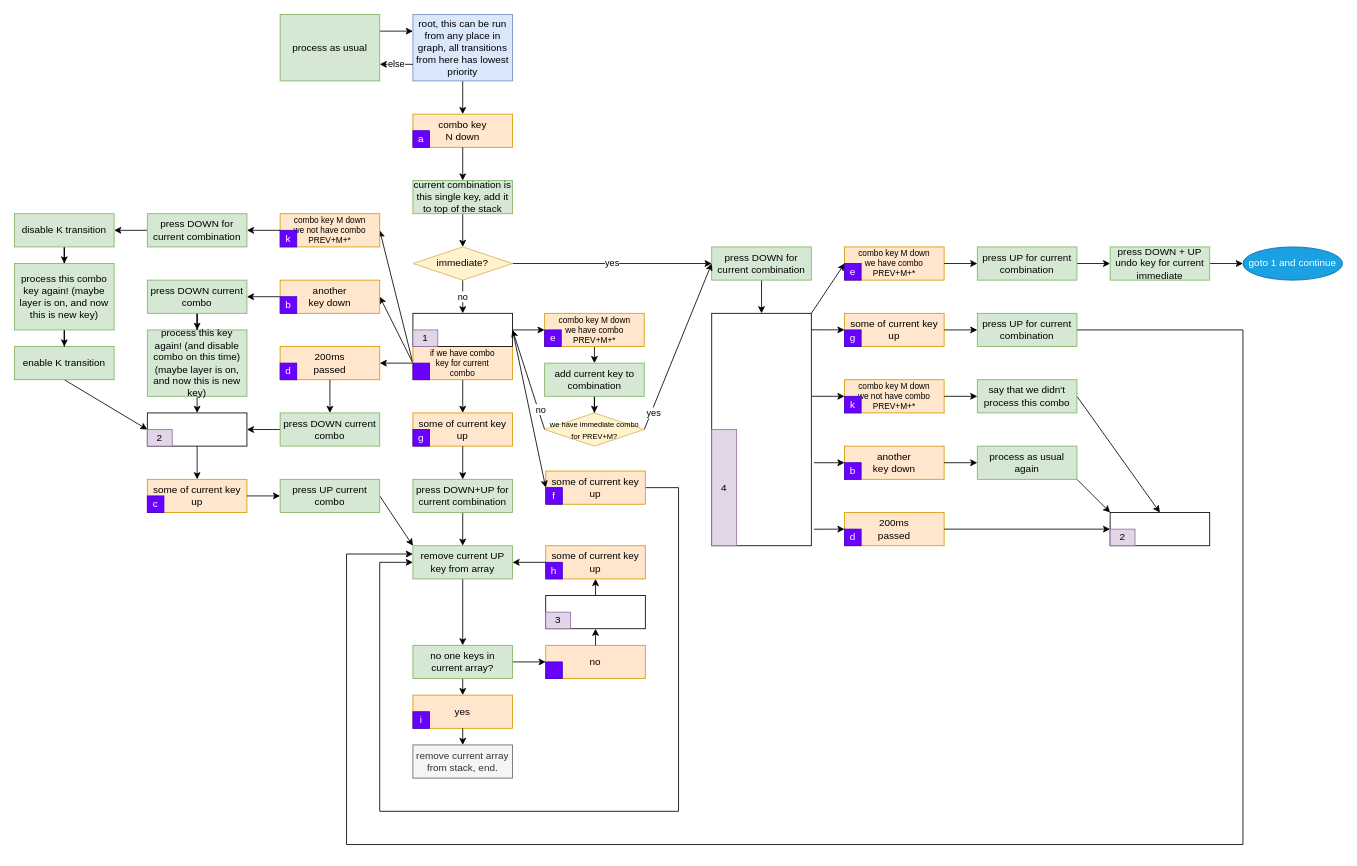
klavarog/combo keeps this draw.io diagram as dka.drawio. Above is the earlier version. Source tidied: cells renumbered, new cells numbered last; positions are measured from the earlier drawing's top-left corner, leaving out a move shared by most shapes. Both pictures are drawn from the tidied source at 83%, with x=0, y=0 at pixel (14, 14).
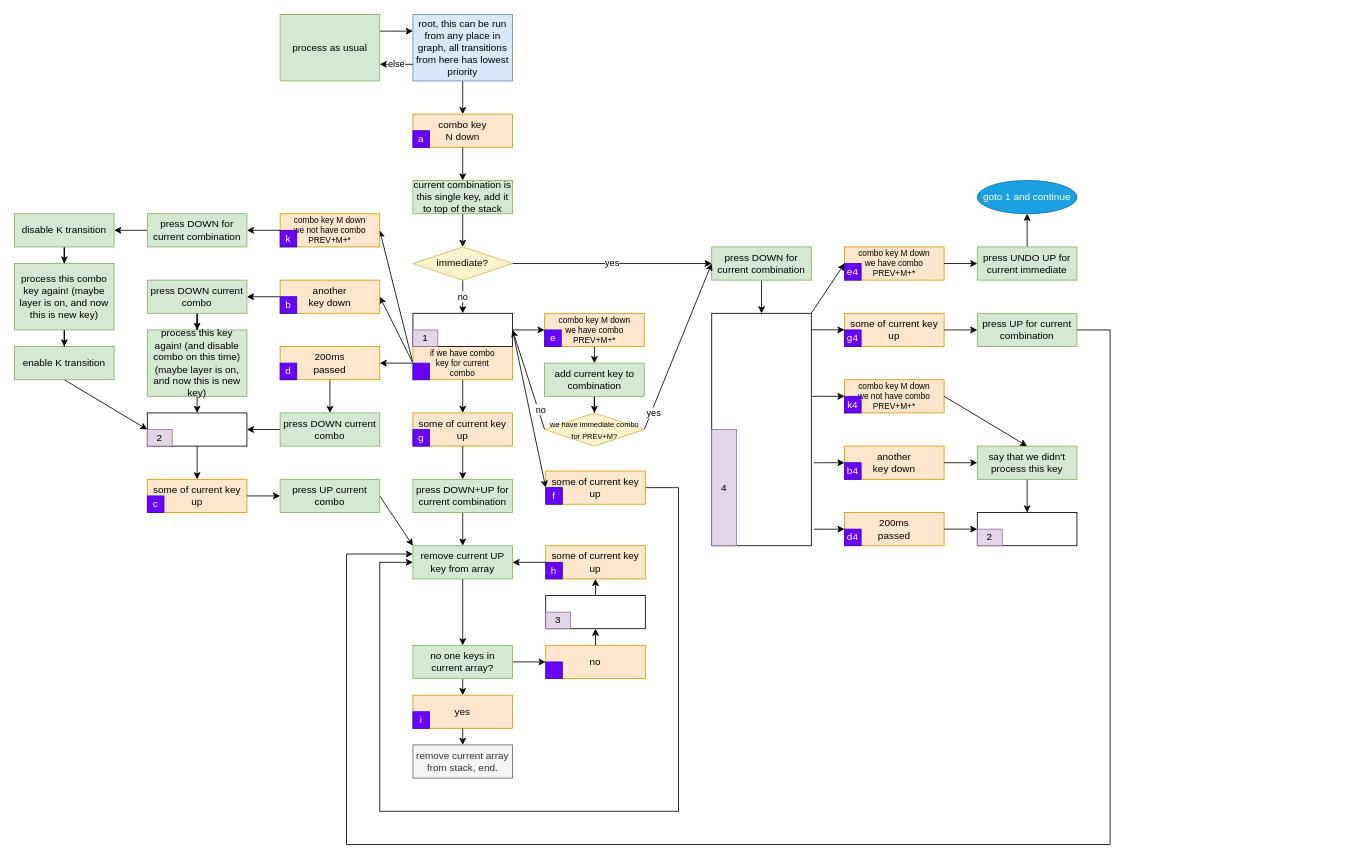
The same diagram, later.

Commit message (it also covers changes not shown here):
add immediate chord

Unchanged cells that the change refers to:
```xml
<mxCell id="8" value="remove current UP key from array" style="rounded=0;whiteSpace=wrap;html=1;fillColor=#d5e8d4;strokeColor=#82b366;" parent="1" vertex="1">
  <mxGeometry x="480" y="640" width="120" height="40" as="geometry" />
</mxCell>
<mxCell id="106" style="group;" parent="1" vertex="1">
  <mxGeometry x="1000" y="600" width="120" height="40" as="geometry" />
</mxCell>
<mxCell id="109" style="group;" parent="1" vertex="1">
  <mxGeometry x="1000" y="520" width="120" height="40" as="geometry" />
</mxCell>
<mxCell id="110" value="&lt;div&gt;another &lt;br&gt;&lt;/div&gt;&lt;div&gt;key down&lt;/div&gt;" style="rounded=0;whiteSpace=wrap;html=1;fillColor=#ffe6cc;strokeColor=#d79b00;" parent="109" vertex="1">
  <mxGeometry width="120" height="40" as="geometry" />
</mxCell>
<mxCell id="112" style="group;" parent="1" vertex="1">
  <mxGeometry x="1000" y="440" width="120" height="40" as="geometry" />
</mxCell>
<mxCell id="113" value="&lt;div style=&quot;font-size: 10px&quot;&gt;&lt;font style=&quot;font-size: 10px&quot;&gt;combo key M down&lt;/font&gt;&lt;div&gt;&lt;font style=&quot;font-size: 10px&quot;&gt;we not have combo PREV+M&lt;/font&gt;&lt;font style=&quot;font-size: 10px&quot;&gt;+*&lt;/font&gt;&lt;/div&gt;&lt;/div&gt;" style="rounded=0;whiteSpace=wrap;html=1;fillColor=#ffe6cc;strokeColor=#d79b00;" parent="112" vertex="1">
  <mxGeometry width="120" height="40" as="geometry" />
</mxCell>
<mxCell id="115" style="group;" parent="1" vertex="1">
  <mxGeometry x="1000" y="280" width="120" height="40" as="geometry" />
</mxCell>
<mxCell id="118" style="group;" parent="1" vertex="1">
  <mxGeometry x="1000" y="360" width="120" height="40" as="geometry" />
</mxCell>
<mxCell id="136" style="rounded=0;whiteSpace=wrap;html=1;" parent="135" vertex="1">
  <mxGeometry width="120" height="40" as="geometry" />
</mxCell>
<mxCell id="143" value="press UP for current combination" style="rounded=0;whiteSpace=wrap;html=1;fillColor=#d5e8d4;strokeColor=#82b366;" parent="1" vertex="1">
  <mxGeometry x="1160" y="360" width="120" height="40" as="geometry" />
</mxCell>
```

The edit, as a diff of the source:
```diff
@@
-    <mxCell id="108" value="d" style="rounded=0;whiteSpace=wrap;html=1;fillColor=#6a00ff;strokeColor=#3700CC;fontColor=#ffffff;" parent="106" vertex="1">
+    <mxCell id="108" value="d4" style="rounded=0;whiteSpace=wrap;html=1;fillColor=#6a00ff;strokeColor=#3700CC;fontColor=#ffffff;" parent="106" vertex="1">
       <mxGeometry y="20" width="20" height="20" as="geometry" />
     </mxCell>
@@
-    <mxCell id="111" value="b" style="rounded=0;whiteSpace=wrap;html=1;fillColor=#6a00ff;strokeColor=#3700CC;fontColor=#ffffff;" parent="109" vertex="1">
+    <mxCell id="111" value="b4" style="rounded=0;whiteSpace=wrap;html=1;fillColor=#6a00ff;strokeColor=#3700CC;fontColor=#ffffff;" parent="109" vertex="1">
       <mxGeometry y="20" width="20" height="20" as="geometry" />
     </mxCell>
@@
-    <mxCell id="114" value="k" style="rounded=0;whiteSpace=wrap;html=1;fillColor=#6a00ff;strokeColor=#3700CC;fontColor=#ffffff;" parent="112" vertex="1">
+    <mxCell id="114" value="k4" style="rounded=0;whiteSpace=wrap;html=1;fillColor=#6a00ff;strokeColor=#3700CC;fontColor=#ffffff;" parent="112" vertex="1">
       <mxGeometry y="20" width="20" height="20" as="geometry" />
     </mxCell>
@@
-    <mxCell id="117" value="e" style="rounded=0;whiteSpace=wrap;html=1;fillColor=#6a00ff;strokeColor=#3700CC;fontColor=#ffffff;" parent="115" vertex="1">
+    <mxCell id="117" value="e4" style="rounded=0;whiteSpace=wrap;html=1;fillColor=#6a00ff;strokeColor=#3700CC;fontColor=#ffffff;" parent="115" vertex="1">
       <mxGeometry y="20" width="20" height="20" as="geometry" />
     </mxCell>
@@
-    <mxCell id="120" value="g" style="rounded=0;whiteSpace=wrap;html=1;fillColor=#6a00ff;strokeColor=#3700CC;fontColor=#ffffff;" parent="118" vertex="1">
+    <mxCell id="120" value="g4" style="rounded=0;whiteSpace=wrap;html=1;fillColor=#6a00ff;strokeColor=#3700CC;fontColor=#ffffff;" parent="118" vertex="1">
       <mxGeometry y="20" width="20" height="20" as="geometry" />
     </mxCell>
@@
     <mxCell id="126" value="goto 1 and continue" style="ellipse;whiteSpace=wrap;html=1;fillColor=#1ba1e2;strokeColor=#006EAF;fontColor=#ffffff;" parent="1" vertex="1">
-      <mxGeometry x="1480" y="280" width="120" height="40" as="geometry" />
+      <mxGeometry x="1160" y="200" width="120" height="40" as="geometry" />
     </mxCell>
-    <mxCell id="127" style="edgeStyle=none;rounded=0;jettySize=auto;html=1;entryX=0;entryY=0.5;entryDx=0;entryDy=0;exitX=1;exitY=0.5;exitDx=0;exitDy=0;" parent="1" edge="1" source="128" target="131">
+    <mxCell id="127" style="edgeStyle=none;rounded=0;jettySize=auto;html=1;exitX=0.5;exitY=0;exitDx=0;exitDy=0;" parent="1" edge="1" source="128" target="126">
       <mxGeometry relative="1" as="geometry" />
     </mxCell>
-    <mxCell id="128" value="press UP for current combination" style="rounded=0;whiteSpace=wrap;html=1;fillColor=#d5e8d4;strokeColor=#82b366;" parent="1" vertex="1">
+    <mxCell id="128" value="press UNDO UP for current immediate" style="rounded=0;whiteSpace=wrap;html=1;fillColor=#d5e8d4;strokeColor=#82b366;" parent="1" vertex="1">
       <mxGeometry x="1160" y="280" width="120" height="40" as="geometry" />
     </mxCell>
@@
-    <mxCell id="130" style="edgeStyle=none;rounded=0;jettySize=auto;html=1;" parent="1" edge="1" source="131" target="126">
-      <mxGeometry relative="1" as="geometry" />
-    </mxCell>
-    <mxCell id="131" value="press DOWN + UP undo key for current immediate" style="rounded=0;whiteSpace=wrap;html=1;fillColor=#d5e8d4;strokeColor=#82b366;" parent="1" vertex="1">
-      <mxGeometry x="1320" y="280" width="120" height="40" as="geometry" />
-    </mxCell>
-    <mxCell id="132" style="edgeStyle=none;rounded=0;jettySize=auto;html=1;entryX=0;entryY=0;entryDx=0;entryDy=0;exitX=1;exitY=1;exitDx=0;exitDy=0;" parent="1" edge="1" source="133" target="136">
-      <mxGeometry relative="1" as="geometry" />
-    </mxCell>
-    <mxCell id="133" value="process as usual again" style="rounded=0;whiteSpace=wrap;html=1;fillColor=#d5e8d4;strokeColor=#82b366;" parent="1" vertex="1">
-      <mxGeometry x="1160" y="520" width="120" height="40" as="geometry" />
-    </mxCell>
-    <mxCell id="134" style="edgeStyle=none;rounded=0;jettySize=auto;html=1;" parent="1" edge="1" source="110" target="133">
+    <mxCell id="134" style="edgeStyle=none;rounded=0;jettySize=auto;html=1;entryX=0;entryY=0.5;entryDx=0;entryDy=0;" parent="1" edge="1" source="110" target="139">
       <mxGeometry relative="1" as="geometry" />
     </mxCell>
     <mxCell id="135" style="group;" parent="1" vertex="1">
-      <mxGeometry x="1320" y="600" width="120" height="40" as="geometry" />
+      <mxGeometry x="1160" y="600" width="120" height="40" as="geometry" />
     </mxCell>
@@
-    <mxCell id="138" style="edgeStyle=none;rounded=0;jettySize=auto;html=1;entryX=0.5;entryY=0;entryDx=0;entryDy=0;exitX=1;exitY=0.5;exitDx=0;exitDy=0;" parent="1" edge="1" source="139" target="136">
+    <mxCell id="138" style="edgeStyle=none;rounded=0;jettySize=auto;html=1;entryX=0.5;entryY=0;entryDx=0;entryDy=0;exitX=0.5;exitY=1;exitDx=0;exitDy=0;" parent="1" edge="1" source="139" target="136">
       <mxGeometry relative="1" as="geometry" />
     </mxCell>
-    <mxCell id="139" value="say that we didn't process this combo" style="rounded=0;whiteSpace=wrap;html=1;fillColor=#d5e8d4;strokeColor=#82b366;" parent="1" vertex="1">
-      <mxGeometry x="1160" y="440" width="120" height="40" as="geometry" />
+    <mxCell id="139" value="&lt;div&gt;say that we didn't process this key&lt;/div&gt;" style="rounded=0;whiteSpace=wrap;html=1;fillColor=#d5e8d4;strokeColor=#82b366;" parent="1" vertex="1">
+      <mxGeometry x="1160" y="520" width="120" height="40" as="geometry" />
     </mxCell>
-    <mxCell id="140" style="edgeStyle=none;rounded=0;jettySize=auto;html=1;" parent="1" edge="1" source="113" target="139">
+    <mxCell id="140" style="edgeStyle=none;rounded=0;jettySize=auto;html=1;exitX=1;exitY=0.5;exitDx=0;exitDy=0;entryX=0.5;entryY=0;entryDx=0;entryDy=0;" parent="1" edge="1" source="113" target="139">
       <mxGeometry relative="1" as="geometry" />
     </mxCell>
@@
     <mxCell id="142" style="edgeStyle=orthogonalEdgeStyle;rounded=0;jettySize=auto;html=1;" parent="1" edge="1" source="143" target="8">
       <mxGeometry relative="1" as="geometry">
         <Array as="points">
-          <mxPoint x="1480" y="380" />
-          <mxPoint x="1480" y="1000" />
+          <mxPoint x="1320" y="380" />
+          <mxPoint x="1320" y="1000" />
           <mxPoint x="400" y="1000" />
           <mxPoint x="400" y="650" />
         </Array>
       </mxGeometry>
     </mxCell>
```
